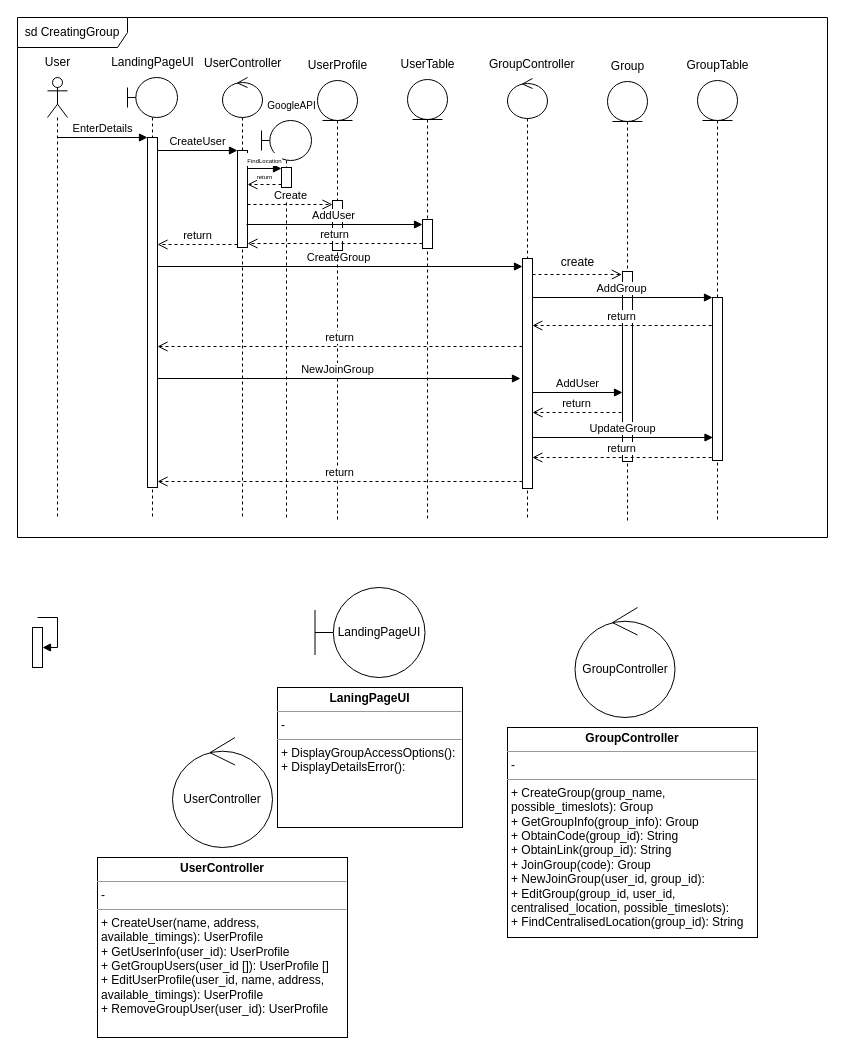
Earlier version of the draw.io diagram page "CreatingGroup" (1 of 8) of SC2006/Diagrams/Sequence Diagrams.drawio (audd-ho/School-Projects-Stuff). Source tidied: cells renumbered, new cells numbered last; positions are measured from the earlier drawing's top-left corner, leaving out a move shared by most shapes. Both pictures are drawn from the tidied source at 100%, with x=0, y=0 at pixel (17, 17).
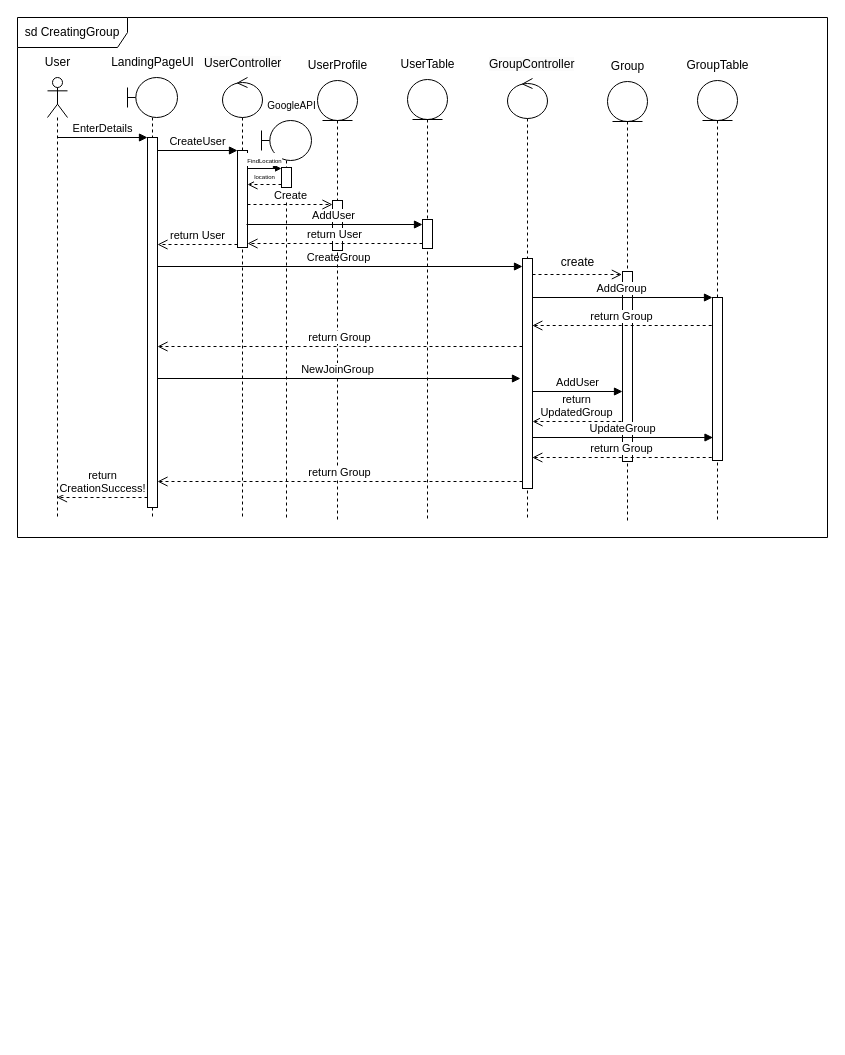
The same page after the edit.

The change refers to these unchanged cells:
```xml
<mxCell id="3" style="shape=umlLifeline;perimeter=lifelinePerimeter;whiteSpace=wrap;html=1;outlineConnect=0;portConstraint=eastwest;newEdgeStyle={&quot;curved&quot;:0,&quot;rounded&quot;:0};participant=umlActor;" parent="1" vertex="1">
  <mxGeometry x="30" y="60" width="20" height="440" as="geometry" />
</mxCell>
<mxCell id="7" style="shape=umlLifeline;perimeter=lifelinePerimeter;whiteSpace=wrap;html=1;newEdgeStyle={&quot;curved&quot;:0,&quot;rounded&quot;:0};participant=umlBoundary;" parent="1" vertex="1">
  <mxGeometry x="110" y="60" width="50" height="440" as="geometry" />
</mxCell>
<mxCell id="21" style="html=1;points=[[0,0,0,0,5],[0,1,0,0,-5],[1,0,0,0,5],[1,1,0,0,-5]];perimeter=orthogonalPerimeter;outlineConnect=0;targetShapes=umlLifeline;portConstraint=eastwest;newEdgeStyle={&quot;curved&quot;:0,&quot;rounded&quot;:0};" parent="20" vertex="1">
  <mxGeometry x="15" y="180" width="10" height="230" as="geometry" />
</mxCell>
<mxCell id="27" style="html=1;points=[[0,0,0,0,5],[0,1,0,0,-5],[1,0,0,0,5],[1,1,0,0,-5]];perimeter=orthogonalPerimeter;outlineConnect=0;targetShapes=umlLifeline;portConstraint=eastwest;newEdgeStyle={&quot;curved&quot;:0,&quot;rounded&quot;:0};" parent="26" vertex="1">
  <mxGeometry x="15" y="140" width="10" height="29" as="geometry" />
</mxCell>
```

Change to the diagram source:
```diff
@@
-    <mxCell id="5" value="LandingPageUI" style="shape=umlBoundary;whiteSpace=wrap;html=1;" parent="1" vertex="1">
-      <mxGeometry x="297.5" y="570" width="110" height="90" as="geometry" />
-    </mxCell>
-    <mxCell id="6" value="&lt;p style=&quot;margin:0px;margin-top:4px;text-align:center;&quot;&gt;&lt;b&gt;LaningPageUI&lt;/b&gt;&lt;br&gt;&lt;/p&gt;&lt;hr size=&quot;1&quot;&gt;&lt;p style=&quot;margin:0px;margin-left:4px;&quot;&gt;-&lt;/p&gt;&lt;hr size=&quot;1&quot;&gt;&lt;p style=&quot;margin:0px;margin-left:4px;&quot;&gt;+ DisplayGroupAccessOptions():&lt;/p&gt;&lt;p style=&quot;margin:0px;margin-left:4px;&quot;&gt;+ DisplayDetailsError():&lt;/p&gt;" style="verticalAlign=top;align=left;overflow=fill;fontSize=12;fontFamily=Helvetica;html=1;whiteSpace=wrap;" parent="1" vertex="1">
-      <mxGeometry x="260" y="670" width="185" height="140" as="geometry" />
-    </mxCell>
@@
     <mxCell id="8" style="html=1;perimeter=orthogonalPerimeter;targetShapes=umlLifeline;newEdgeStyle={&quot;curved&quot;:0,&quot;rounded&quot;:0};" parent="7" vertex="1">
-      <mxGeometry x="20" y="60" width="10" height="350" as="geometry" />
+      <mxGeometry x="20" y="60" width="10" height="370" as="geometry" />
     </mxCell>
@@
-    <mxCell id="10" value="UserController" style="ellipse;shape=umlControl;whiteSpace=wrap;html=1;" parent="1" vertex="1">
-      <mxGeometry x="155" y="720" width="100" height="110" as="geometry" />
-    </mxCell>
-    <mxCell id="11" value="&lt;p style=&quot;margin:0px;margin-top:4px;text-align:center;&quot;&gt;&lt;b&gt;UserController&lt;/b&gt;&lt;/p&gt;&lt;hr size=&quot;1&quot;&gt;&lt;p style=&quot;margin:0px;margin-left:4px;&quot;&gt;-&lt;/p&gt;&lt;hr size=&quot;1&quot;&gt;&lt;p style=&quot;margin:0px;margin-left:4px;&quot;&gt;+ CreateUser(name, address, available_timings): UserProfile&lt;/p&gt;&lt;p style=&quot;margin:0px;margin-left:4px;&quot;&gt;+ GetUserInfo(user_id): UserProfile&lt;br&gt;&lt;/p&gt;&lt;p style=&quot;margin:0px;margin-left:4px;&quot;&gt;+ GetGroupUsers(user_id []): UserProfile []&lt;br&gt;&lt;/p&gt;&lt;p style=&quot;margin:0px;margin-left:4px;&quot;&gt;+ EditUserProfile(user_id, name, address, available_timings): UserProfile&lt;/p&gt;&lt;p style=&quot;margin:0px;margin-left:4px;&quot;&gt;&lt;span style=&quot;background-color: initial;&quot;&gt;+ RemoveGroupUser(user_id): UserProfile&amp;nbsp;&lt;/span&gt;&lt;/p&gt;" style="verticalAlign=top;align=left;overflow=fill;fontSize=12;fontFamily=Helvetica;html=1;whiteSpace=wrap;" parent="1" vertex="1">
-      <mxGeometry x="80" y="840" width="250" height="180" as="geometry" />
-    </mxCell>
-    <mxCell id="12" value="GroupController" style="ellipse;shape=umlControl;whiteSpace=wrap;html=1;" parent="1" vertex="1">
-      <mxGeometry x="557.5" y="590" width="100" height="110" as="geometry" />
-    </mxCell>
-    <mxCell id="13" value="&lt;p style=&quot;margin:0px;margin-top:4px;text-align:center;&quot;&gt;&lt;b&gt;GroupController&lt;/b&gt;&lt;/p&gt;&lt;hr size=&quot;1&quot;&gt;&lt;p style=&quot;margin:0px;margin-left:4px;&quot;&gt;-&amp;nbsp;&lt;/p&gt;&lt;hr size=&quot;1&quot;&gt;&lt;p style=&quot;margin:0px;margin-left:4px;&quot;&gt;+ CreateGroup(group_name, possible_timeslots): Group&lt;/p&gt;&lt;p style=&quot;margin:0px;margin-left:4px;&quot;&gt;+ GetGroupInfo(group_info): Group&lt;br&gt;&lt;/p&gt;&lt;p style=&quot;margin:0px;margin-left:4px;&quot;&gt;+ ObtainCode(group_id): String&lt;/p&gt;&lt;p style=&quot;margin:0px;margin-left:4px;&quot;&gt;+ ObtainLink(group_id): String&lt;/p&gt;&lt;p style=&quot;margin:0px;margin-left:4px;&quot;&gt;+ JoinGroup(code): Group&amp;nbsp;&lt;/p&gt;&lt;p style=&quot;margin:0px;margin-left:4px;&quot;&gt;+ NewJoinGroup(user_id, group_id):&lt;br&gt;&lt;/p&gt;&lt;p style=&quot;margin:0px;margin-left:4px;&quot;&gt;+ EditGroup(group_id, user_id, centralised_location, possible_timeslots):&amp;nbsp;&lt;/p&gt;&lt;p style=&quot;margin:0px;margin-left:4px;&quot;&gt;+ FindCentralisedLocation(group_id): String&lt;/p&gt;" style="verticalAlign=top;align=left;overflow=fill;fontSize=12;fontFamily=Helvetica;html=1;whiteSpace=wrap;" parent="1" vertex="1">
-      <mxGeometry x="490" y="710" width="250" height="210" as="geometry" />
-    </mxCell>
@@
-    <mxCell id="36" style="html=1;points=[[0,0,0,0,5],[0,1,0,0,-5],[1,0,0,0,5],[1,1,0,0,-5]];perimeter=orthogonalPerimeter;outlineConnect=0;targetShapes=umlLifeline;portConstraint=eastwest;newEdgeStyle={&quot;curved&quot;:0,&quot;rounded&quot;:0};" parent="1" vertex="1">
-      <mxGeometry x="15" y="610" width="10" height="40" as="geometry" />
-    </mxCell>
-    <mxCell id="37" style="html=1;align=left;spacingLeft=2;endArrow=block;rounded=0;edgeStyle=orthogonalEdgeStyle;curved=0;rounded=0;" parent="1" edge="1" target="36">
-      <mxGeometry relative="1" as="geometry">
-        <mxPoint x="20" y="600" as="sourcePoint" />
-        <Array as="points">
-          <mxPoint x="40" y="600" />
-          <mxPoint x="40" y="630" />
-        </Array>
-      </mxGeometry>
-    </mxCell>
-    <mxCell id="38" value="return" style="html=1;verticalAlign=bottom;endArrow=open;dashed=1;endSize=8;curved=0;rounded=0;" parent="1" edge="1">
+    <mxCell id="38" value="return User" style="html=1;verticalAlign=bottom;endArrow=open;dashed=1;endSize=8;curved=0;rounded=0;" parent="1" edge="1">
       <mxGeometry relative="1" as="geometry">
         <mxPoint x="220" y="227" as="sourcePoint" />
         <mxPoint x="140" y="227" as="targetPoint" />
       </mxGeometry>
     </mxCell>
-    <mxCell id="39" value="return" style="html=1;verticalAlign=bottom;endArrow=open;dashed=1;endSize=8;curved=0;rounded=0;" parent="1" edge="1">
+    <mxCell id="39" value="return Group" style="html=1;verticalAlign=bottom;endArrow=open;dashed=1;endSize=8;curved=0;rounded=0;" parent="1" edge="1">
       <mxGeometry relative="1" as="geometry">
         <mxPoint x="505" y="329" as="sourcePoint" />
         <mxPoint x="140" y="329" as="targetPoint" />
       </mxGeometry>
     </mxCell>
@@
-    <mxCell id="41" value="return" style="html=1;verticalAlign=bottom;endArrow=open;dashed=1;endSize=8;curved=0;rounded=0;" parent="1" edge="1">
+    <mxCell id="41" value="return Group" style="html=1;verticalAlign=bottom;endArrow=open;dashed=1;endSize=8;curved=0;rounded=0;" parent="1" edge="1">
       <mxGeometry relative="1" as="geometry">
         <mxPoint x="505" y="464" as="sourcePoint" />
         <mxPoint x="140" y="464" as="targetPoint" />
       </mxGeometry>
     </mxCell>
@@
     <mxCell id="43" value="AddUser" style="html=1;verticalAlign=bottom;endArrow=block;curved=0;rounded=0;" parent="1" edge="1">
       <mxGeometry x="-0.01" relative="1" as="geometry">
-        <mxPoint x="515" y="375" as="sourcePoint" />
-        <mxPoint x="605" y="375" as="targetPoint" />
+        <mxPoint x="515" y="374" as="sourcePoint" />
+        <mxPoint x="605" y="374" as="targetPoint" />
       </mxGeometry>
     </mxCell>
@@
-    <mxCell id="45" value="return" style="html=1;verticalAlign=bottom;endArrow=open;dashed=1;endSize=8;curved=0;rounded=0;exitX=0;exitY=1;exitDx=0;exitDy=-5;exitPerimeter=0;" parent="1" edge="1" source="27">
+    <mxCell id="45" value="return User" style="html=1;verticalAlign=bottom;endArrow=open;dashed=1;endSize=8;curved=0;rounded=0;exitX=0;exitY=1;exitDx=0;exitDy=-5;exitPerimeter=0;" parent="1" edge="1" source="27">
       <mxGeometry relative="1" as="geometry">
         <mxPoint x="230" y="226" as="targetPoint" />
       </mxGeometry>
     </mxCell>
@@
-    <mxCell id="48" value="return" style="html=1;verticalAlign=bottom;endArrow=open;dashed=1;endSize=8;curved=0;rounded=0;" parent="1" edge="1">
+    <mxCell id="48" value="return Group" style="html=1;verticalAlign=bottom;endArrow=open;dashed=1;endSize=8;curved=0;rounded=0;" parent="1" edge="1">
       <mxGeometry relative="1" as="geometry">
         <mxPoint x="694.2" y="308" as="sourcePoint" />
         <mxPoint x="514.8" y="308" as="targetPoint" />
       </mxGeometry>
     </mxCell>
-    <mxCell id="49" value="return" style="html=1;verticalAlign=bottom;endArrow=open;dashed=1;endSize=8;curved=0;rounded=0;" parent="1" edge="1" target="21">
+    <mxCell id="49" value="return&lt;br&gt;UpdatedGroup" style="html=1;verticalAlign=bottom;endArrow=open;dashed=1;endSize=8;curved=0;rounded=0;" parent="1" edge="1">
       <mxGeometry relative="1" as="geometry">
-        <mxPoint x="604" y="395" as="sourcePoint" />
+        <mxPoint x="604" y="404" as="sourcePoint" />
+        <mxPoint x="515" y="404" as="targetPoint" />
       </mxGeometry>
     </mxCell>
@@
-    <mxCell id="51" value="return" style="html=1;verticalAlign=bottom;endArrow=open;dashed=1;endSize=8;curved=0;rounded=0;" parent="1" edge="1">
+    <mxCell id="51" value="return Group" style="html=1;verticalAlign=bottom;endArrow=open;dashed=1;endSize=8;curved=0;rounded=0;" parent="1" edge="1">
       <mxGeometry relative="1" as="geometry">
         <mxPoint x="694.2" y="440" as="sourcePoint" />
         <mxPoint x="514.8" y="440" as="targetPoint" />
       </mxGeometry>
     </mxCell>
@@
-    <mxCell id="56" value="&lt;font style=&quot;font-size: 6px;&quot;&gt;return&lt;/font&gt;" style="html=1;verticalAlign=bottom;endArrow=open;dashed=1;endSize=8;curved=0;rounded=0;" parent="1" edge="1">
+    <mxCell id="56" value="&lt;font style=&quot;font-size: 6px;&quot;&gt;location&lt;br&gt;&lt;/font&gt;" style="html=1;verticalAlign=bottom;endArrow=open;dashed=1;endSize=8;curved=0;rounded=0;" parent="1" edge="1">
       <mxGeometry relative="1" as="geometry">
         <mxPoint x="264" y="167" as="sourcePoint" />
         <mxPoint x="230" y="167" as="targetPoint" />
       </mxGeometry>
     </mxCell>
@@
+    <mxCell id="58" value="return&lt;br&gt;CreationSuccess!" style="html=1;verticalAlign=bottom;endArrow=open;dashed=1;endSize=8;curved=0;rounded=0;" parent="1" edge="1" target="3">
+      <mxGeometry relative="1" as="geometry">
+        <mxPoint x="130" y="480" as="sourcePoint" />
+      </mxGeometry>
+    </mxCell>
```
